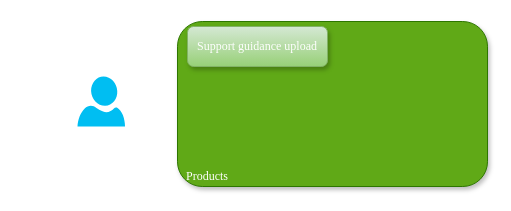
Above: Intelligent customer service.drawio in EvanLeung08/eshare-architect-doc (draw.io), before the change. Source tidied: cells renumbered, new cells numbered last; positions are measured from the earlier drawing's top-left corner, leaving out a move shared by most shapes. Both pictures are drawn from the tidied source at 100%, with x=0, y=0 at pixel (77, 21).
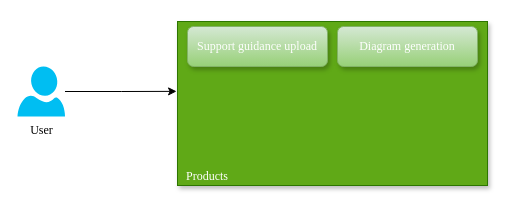
The same diagram, later.

What changed in the source:
```diff
@@
 <mxGraphModel>
   <root>
     <mxCell id="0" />
     <mxCell id="1" parent="0" />
-    <mxCell id="2" style="verticalLabelPosition=bottom;html=1;verticalAlign=top;align=center;strokeColor=none;fillColor=#00BEF2;shape=mxgraph.azure.user;fontColor=light-dark(#ffffff, #ededed);fontFamily=Times New Roman;" parent="1" vertex="1">
-      <mxGeometry y="55" width="47.5" height="50" as="geometry" />
+    <mxCell id="2" value="&lt;font style=&quot;color: rgb(0, 0, 0);&quot;&gt;User&lt;/font&gt;" style="verticalLabelPosition=bottom;html=1;verticalAlign=top;align=center;strokeColor=none;fillColor=#00BEF2;shape=mxgraph.azure.user;fontColor=light-dark(#ffffff, #ededed);fontFamily=Times New Roman;" parent="1" vertex="1">
+      <mxGeometry x="-60" y="45" width="47.5" height="50" as="geometry" />
     </mxCell>
-    <mxCell id="3" style="rounded=1;whiteSpace=wrap;html=1;fillColor=#60a917;fontColor=light-dark(#ffffff, #ededed);strokeColor=#2D7600;fontFamily=Times New Roman;glass=0;shadow=1;" parent="1" vertex="1">
-      <mxGeometry x="100" width="310" height="165" as="geometry" />
+    <mxCell id="3" style="rounded=0;whiteSpace=wrap;html=1;fillColor=#60a917;fontColor=light-dark(#ffffff, #ededed);strokeColor=#2D7600;fontFamily=Times New Roman;glass=0;shadow=1;" parent="1" vertex="1">
+      <mxGeometry x="100" width="310" height="164" as="geometry" />
     </mxCell>
     <mxCell id="4" value="Products" style="text;html=1;align=center;verticalAlign=middle;whiteSpace=wrap;rounded=1;fontColor=light-dark(#ffffff, #ededed);fontFamily=Times New Roman;glass=0;shadow=1;" parent="1" vertex="1">
       <mxGeometry x="100" y="145" width="60" height="20" as="geometry" />
     </mxCell>
-    <mxCell id="5" value="Support guidance upload" style="rounded=1;whiteSpace=wrap;html=1;fillColor=#d5e8d4;strokeColor=#82b366;gradientColor=#97d077;fontColor=light-dark(#ffffff, #ededed);fontFamily=Times New Roman;glass=0;shadow=1;" parent="1" vertex="1">
+    <mxCell id="5" value="Support guidance upload" style="rounded=1;whiteSpace=wrap;html=1;fillColor=#d5e8d4;strokeColor=#82b366;gradientColor=#97d077;fontColor=light-dark(#ffffff, #ededed);fontFamily=Times New Roman;glass=0;shadow=1;align=center;verticalAlign=middle;fontSize=12;" parent="1" vertex="1">
       <mxGeometry x="110" y="5" width="140" height="40" as="geometry" />
     </mxCell>
+    <mxCell id="6" value="Diagram generation" style="rounded=1;whiteSpace=wrap;html=1;fillColor=#d5e8d4;strokeColor=#82b366;gradientColor=#97d077;fontColor=light-dark(#ffffff, #ededed);fontFamily=Times New Roman;glass=0;shadow=1;align=center;verticalAlign=middle;fontSize=12;" parent="1" vertex="1">
+      <mxGeometry x="260" y="5" width="140" height="40" as="geometry" />
+    </mxCell>
+    <mxCell id="7" style="edgeStyle=orthogonalEdgeStyle;rounded=0;jettySize=auto;html=1;entryX=-0.003;entryY=0.426;entryDx=0;entryDy=0;entryPerimeter=0;" parent="1" edge="1" source="2" target="3">
+      <mxGeometry relative="1" as="geometry" />
+    </mxCell>
   </root>
 </mxGraphModel>
```
